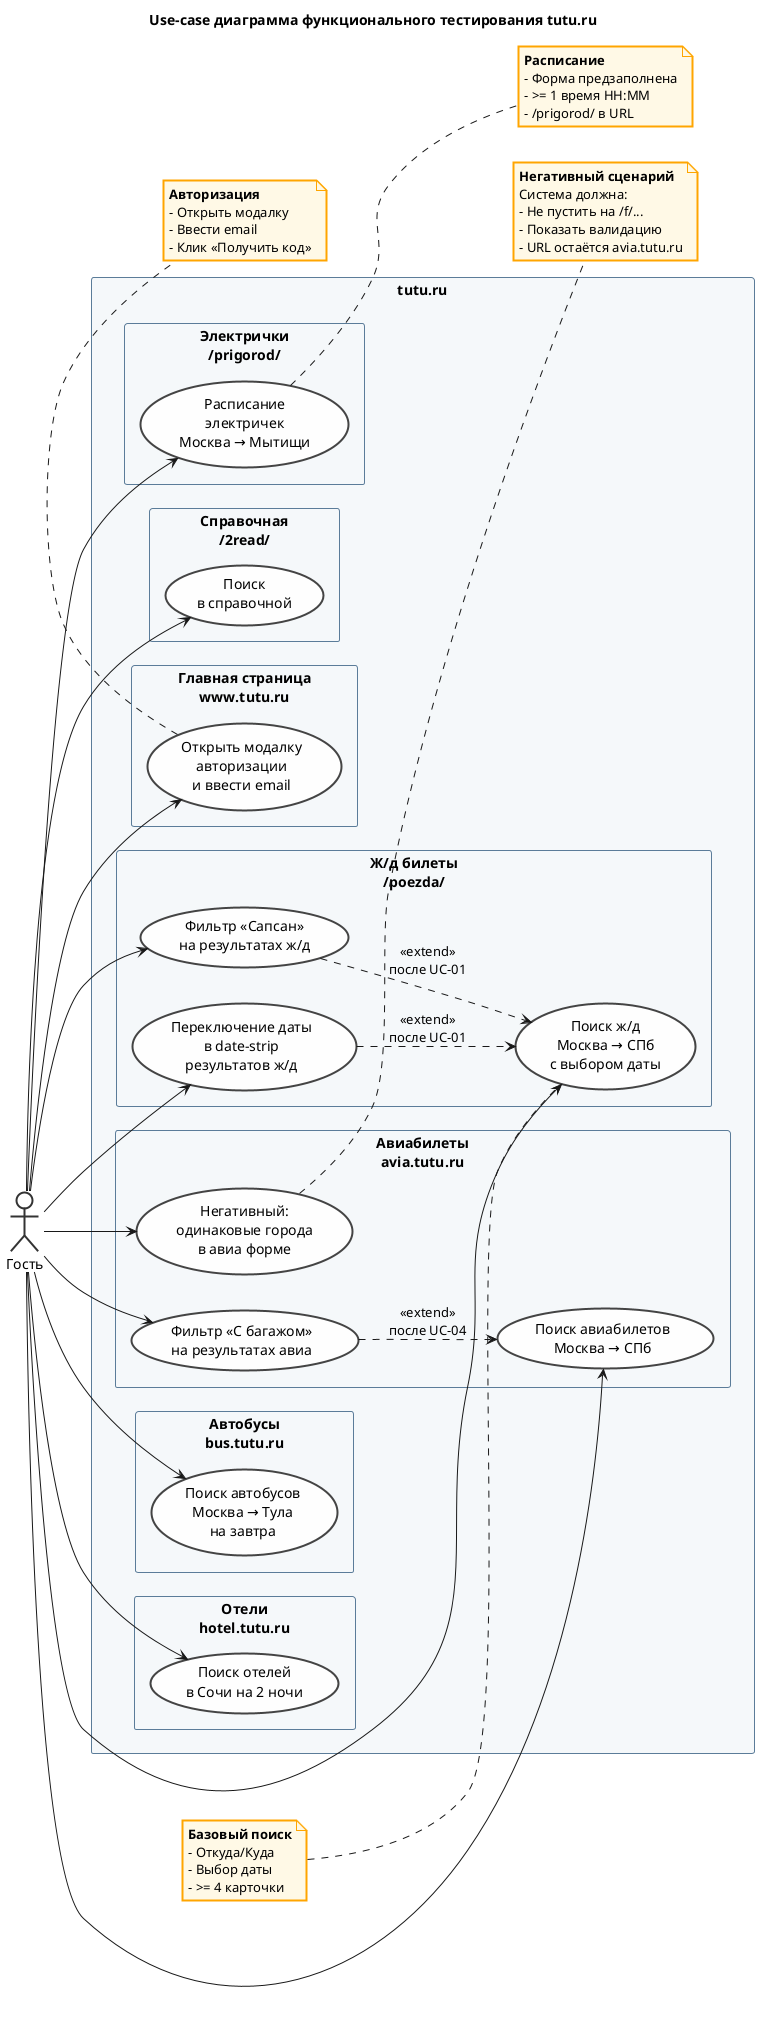
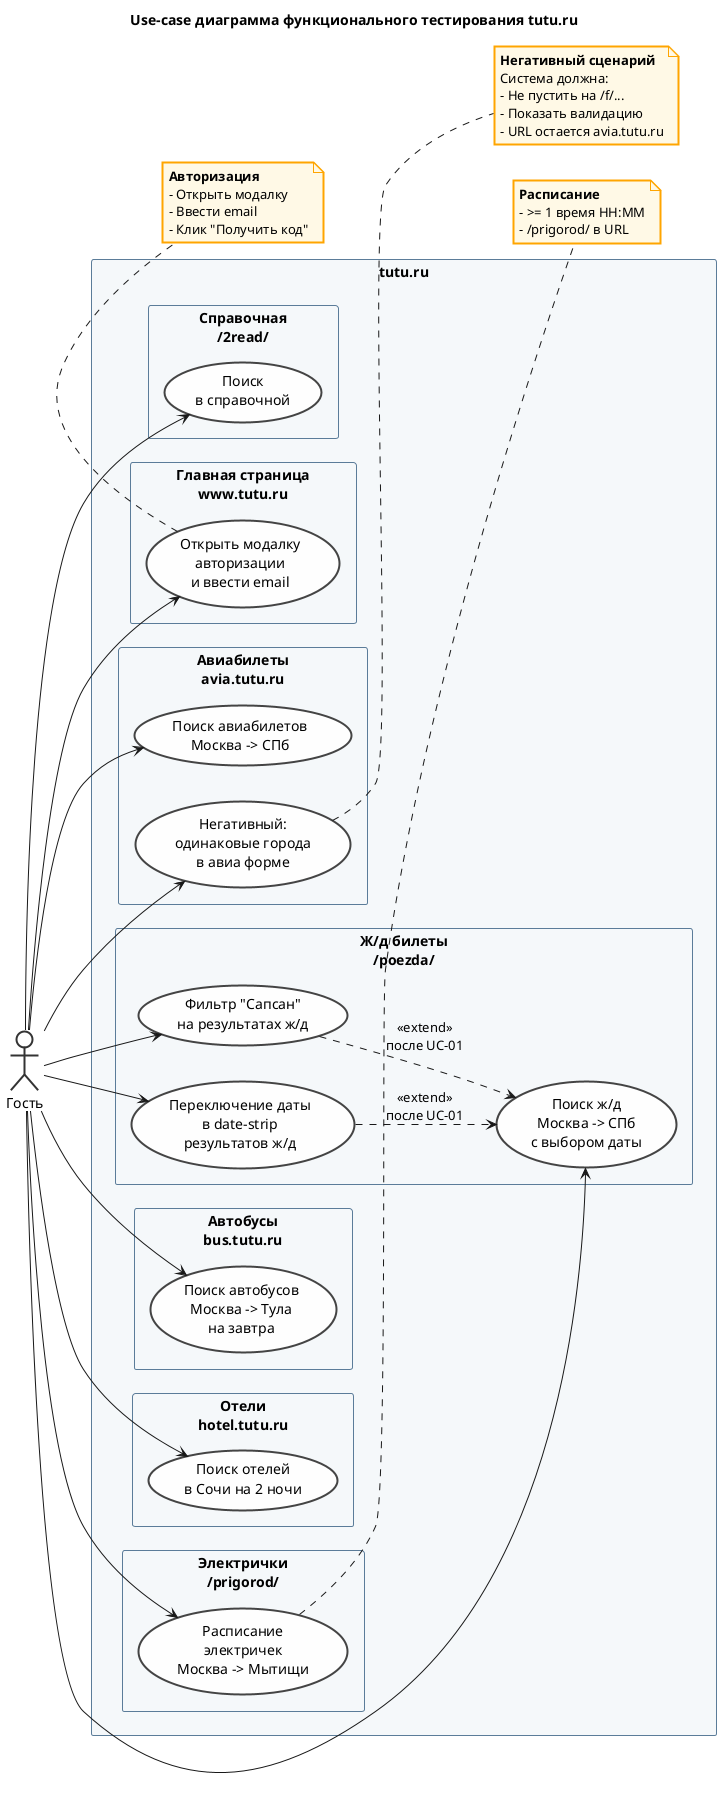
@startuml
left to right direction
skinparam packageStyle rectangle
skinparam shadowing false
skinparam usecase {
  BackgroundColor #FEFEFE
  BorderColor #444444
  BorderThickness 2
}
skinparam package {
  BackgroundColor #F5F8FA
  BorderColor #5B7C99
  BorderThickness 2
}
skinparam actor {
  BackgroundColor #FFFFFF
  BorderColor #333333
  BorderThickness 2
}
skinparam note {
  BackgroundColor #FFF9E6
  BorderColor #FFA500
  BorderThickness 2
}

title Use-case диаграмма функционального тестирования tutu.ru

actor "Гость" as Guest

rectangle "tutu.ru" {

  package "Главная страница\nwww.tutu.ru" {
    usecase "Открыть модалку\nавторизации\nи ввести email" as UC10
  }

  package "Ж/д билеты\n/poezda/" {
-     usecase "Поиск ж/д\nМосква → СПб\nс выбором даты" as UC01
-     usecase "Фильтр «Сапсан»\nна результатах ж/д" as UC02
+     usecase "Поиск ж/д\nМосква -> СПб\nс выбором даты" as UC01
+     usecase "Фильтр "Сапсан"\nна результатах ж/д" as UC02
    usecase "Переключение даты\nв date-strip\nрезультатов ж/д" as UC03
  }

  package "Авиабилеты\navia.tutu.ru" {
-     usecase "Поиск авиабилетов\nМосква → СПб" as UC04
-     usecase "Фильтр «С багажом»\nна результатах авиа" as UC05
+     usecase "Поиск авиабилетов\nМосква -> СПб" as UC04
    usecase "Негативный:\nодинаковые города\nв авиа форме" as UC12
  }

  package "Автобусы\nbus.tutu.ru" {
-     usecase "Поиск автобусов\nМосква → Тула\nна завтра" as UC06
+     usecase "Поиск автобусов\nМосква -> Тула\nна завтра" as UC06
  }

  package "Отели\nhotel.tutu.ru" {
    usecase "Поиск отелей\nв Сочи на 2 ночи" as UC07
  }

  package "Электрички\n/prigorod/" {
-     usecase "Расписание\nэлектричек\nМосква → Мытищи" as UC08
+     usecase "Расписание\nэлектричек\nМосква -> Мытищи" as UC08
  }

  package "Справочная\n/2read/" {
    usecase "Поиск\nв справочной" as UC11
  }
}

Guest --> UC01
Guest --> UC02
Guest --> UC03
Guest --> UC04
- Guest --> UC05
Guest --> UC06
Guest --> UC07
Guest --> UC08
Guest --> UC10
Guest --> UC11
Guest --> UC12

UC02 ..> UC01 : <<extend>>\nпосле UC-01
UC03 ..> UC01 : <<extend>>\nпосле UC-01
- UC05 ..> UC04 : <<extend>>\nпосле UC-04

note right of UC12
  <b>Негативный сценарий</b>
  Система должна:
  - Не пустить на /f/...
  - Показать валидацию
-   - URL остаётся avia.tutu.ru
+   - URL остается avia.tutu.ru
end note

note bottom of UC10
  <b>Авторизация</b>
  - Открыть модалку
  - Ввести email
-   - Клик «Получить код»
- end note
- 
- note left of UC01
-   <b>Базовый поиск</b>
-   - Откуда/Куда
-   - Выбор даты
-   - >= 4 карточки
+   - Клик "Получить код"
end note

note right of UC08
  <b>Расписание</b>
-   - Форма предзаполнена
  - >= 1 время HH:MM
  - /prigorod/ в URL
end note
@enduml